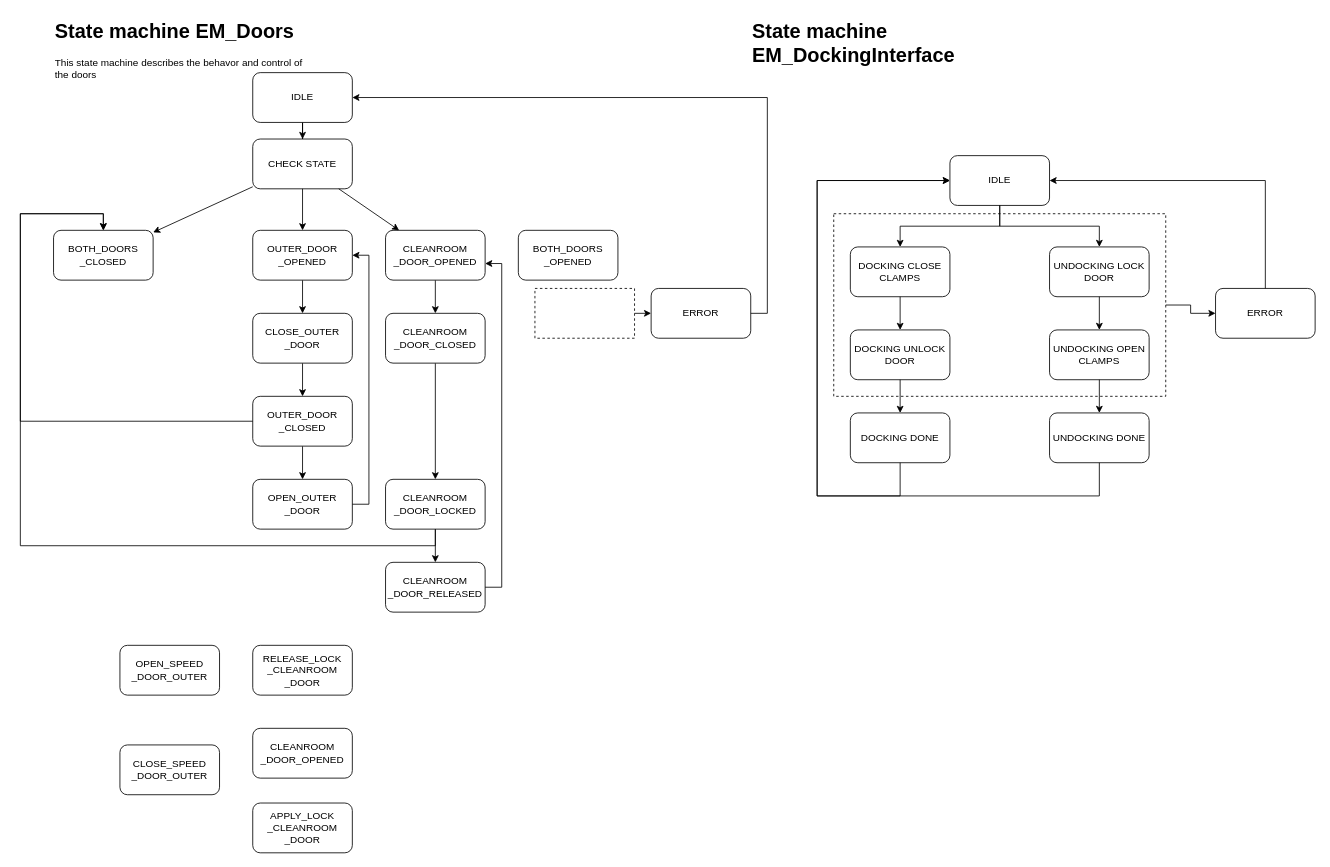
KMWE/KMWE_CleanroomConnect keeps this draw.io diagram as page "EM Door state machine" (2 of 3) of Documentation/StateMachine Air Lock.drawio. Above is the earlier version. Source tidied: cells renumbered, new cells numbered last; positions are measured from the earlier drawing's top-left corner, leaving out a move shared by most shapes. Both pictures are drawn from the tidied source at 83%, with x=0, y=0 at pixel (20, 14).
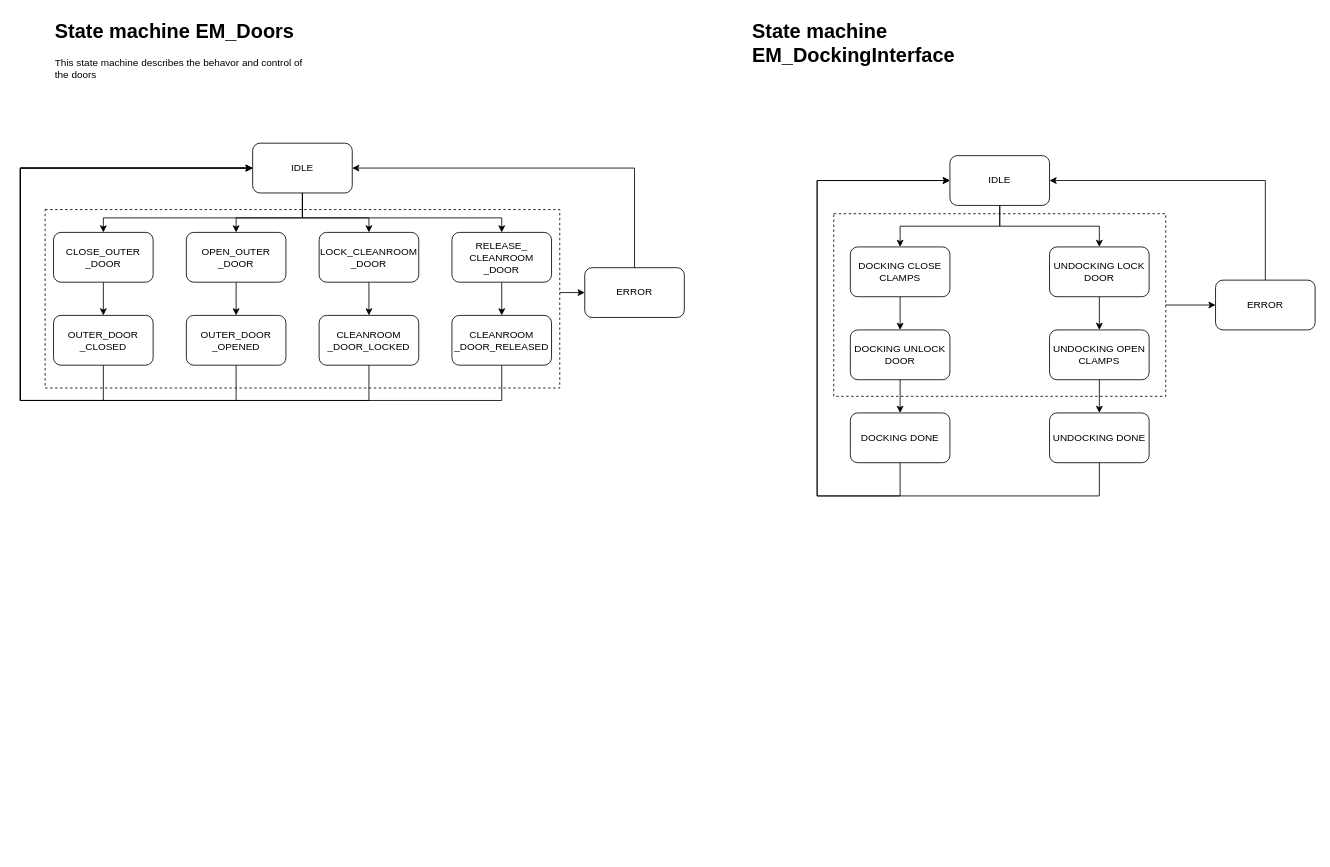
The same diagram, later.

What changed in the source:
```diff
@@
-    <mxCell id="2" value="CHECK STATE" style="rounded=1;whiteSpace=wrap;html=1;" parent="1" vertex="1">
-      <mxGeometry x="280" y="150" width="120" height="60" as="geometry" />
-    </mxCell>
+    <mxCell id="58" style="rounded=0;whiteSpace=wrap;html=1;fillColor=none;dashed=1;" parent="1" vertex="1">
+      <mxGeometry x="29.9" y="235" width="620" height="215" as="geometry" />
+    </mxCell>
@@
-    <mxCell id="4" value="OPEN_SPEED&lt;div&gt;_DOOR_OUTER&lt;/div&gt;" style="rounded=1;whiteSpace=wrap;html=1;" parent="1" vertex="1">
-      <mxGeometry x="120" y="760" width="120" height="60" as="geometry" />
-    </mxCell>
-    <mxCell id="5" value="CLOSE_SPEED&lt;div&gt;_DOOR_OUTER&lt;/div&gt;" style="rounded=1;whiteSpace=wrap;html=1;" parent="1" vertex="1">
-      <mxGeometry x="120" y="880" width="120" height="60" as="geometry" />
-    </mxCell>
-    <mxCell id="6" value="RELEASE_LOCK&lt;div&gt;_CLEANROOM&lt;/div&gt;&lt;div&gt;_DOOR&lt;/div&gt;" style="rounded=1;whiteSpace=wrap;html=1;" parent="1" vertex="1">
-      <mxGeometry x="280" y="760" width="120" height="60" as="geometry" />
-    </mxCell>
-    <mxCell id="7" value="APPLY_LOCK&lt;div&gt;_CLEANROOM&lt;/div&gt;&lt;div&gt;_DOOR&lt;/div&gt;" style="rounded=1;whiteSpace=wrap;html=1;" parent="1" vertex="1">
-      <mxGeometry x="280" y="950" width="120" height="60" as="geometry" />
-    </mxCell>
-    <mxCell id="8" value="&lt;div&gt;CLEANROOM&lt;/div&gt;&lt;div&gt;_DOOR_OPENED&lt;/div&gt;" style="rounded=1;whiteSpace=wrap;html=1;" parent="1" vertex="1">
-      <mxGeometry x="280" y="860" width="120" height="60" as="geometry" />
-    </mxCell>
@@
     <mxCell id="25" value="ERROR" style="rounded=1;whiteSpace=wrap;html=1;" parent="1" vertex="1">
-      <mxGeometry x="1440" y="330" width="120" height="60" as="geometry" />
+      <mxGeometry x="1440" y="320" width="120" height="60" as="geometry" />
     </mxCell>
@@
-    <mxCell id="29" value="BOTH_DOORS&lt;div&gt;_CLOSED&lt;/div&gt;" style="rounded=1;whiteSpace=wrap;html=1;" parent="1" vertex="1">
-      <mxGeometry x="40" y="260" width="120" height="60" as="geometry" />
-    </mxCell>
-    <mxCell id="30" style="edgeStyle=orthogonalEdgeStyle;rounded=0;jettySize=auto;html=1;" parent="1" edge="1" source="31" target="43">
-      <mxGeometry relative="1" as="geometry" />
-    </mxCell>
     <mxCell id="31" value="OUTER_DOOR&lt;div&gt;_OPENED&lt;/div&gt;" style="rounded=1;whiteSpace=wrap;html=1;" parent="1" vertex="1">
-      <mxGeometry x="280" y="260" width="120" height="60" as="geometry" />
+      <mxGeometry x="200" y="362.5" width="120" height="60" as="geometry" />
     </mxCell>
-    <mxCell id="32" style="edgeStyle=orthogonalEdgeStyle;rounded=0;jettySize=auto;html=1;" parent="1" edge="1" source="33" target="39">
-      <mxGeometry relative="1" as="geometry" />
-    </mxCell>
-    <mxCell id="33" value="CLEANROOM&lt;div&gt;_&lt;span style=&quot;background-color: initial;&quot;&gt;DOOR&lt;/span&gt;&lt;span style=&quot;background-color: initial;&quot;&gt;_OPENED&lt;/span&gt;&lt;/div&gt;" style="rounded=1;whiteSpace=wrap;html=1;" parent="1" vertex="1">
-      <mxGeometry x="440" y="260" width="120" height="60" as="geometry" />
-    </mxCell>
-    <mxCell id="34" style="endArrow=classic;html=1;rounded=0;" parent="1" edge="1" source="2" target="29">
-      <mxGeometry relative="1" as="geometry" />
-    </mxCell>
-    <mxCell id="35" style="endArrow=classic;html=1;rounded=0;" parent="1" edge="1" source="2" target="31">
-      <mxGeometry relative="1" as="geometry" />
-    </mxCell>
-    <mxCell id="36" style="endArrow=classic;html=1;rounded=0;" parent="1" edge="1" source="2" target="33">
-      <mxGeometry relative="1" as="geometry" />
-    </mxCell>
-    <mxCell id="37" value="&lt;div&gt;BOTH_&lt;span style=&quot;background-color: initial;&quot;&gt;DOORS&lt;/span&gt;&lt;/div&gt;&lt;div&gt;&lt;span style=&quot;background-color: initial;&quot;&gt;_OPENED&lt;/span&gt;&lt;/div&gt;" style="rounded=1;whiteSpace=wrap;html=1;" parent="1" vertex="1">
-      <mxGeometry x="600" y="260" width="120" height="60" as="geometry" />
-    </mxCell>
-    <mxCell id="38" style="edgeStyle=orthogonalEdgeStyle;rounded=0;jettySize=auto;html=1;" parent="1" edge="1" source="39" target="41">
-      <mxGeometry relative="1" as="geometry" />
-    </mxCell>
-    <mxCell id="39" value="&lt;div&gt;CLEANROOM&lt;/div&gt;&lt;div&gt;_DOOR_CLOSED&lt;/div&gt;" style="rounded=1;whiteSpace=wrap;html=1;" parent="1" vertex="1">
-      <mxGeometry x="440" y="360" width="120" height="60" as="geometry" />
-    </mxCell>
-    <mxCell id="40" style="edgeStyle=orthogonalEdgeStyle;rounded=0;jettySize=auto;html=1;" parent="1" edge="1" source="41" target="48">
-      <mxGeometry relative="1" as="geometry" />
-    </mxCell>
     <mxCell id="41" value="&lt;div&gt;CLEANROOM&lt;/div&gt;&lt;div&gt;_DOOR_LOCKED&lt;/div&gt;" style="rounded=1;whiteSpace=wrap;html=1;" parent="1" vertex="1">
-      <mxGeometry x="440" y="560" width="120" height="60" as="geometry" />
+      <mxGeometry x="360" y="362.5" width="120" height="60" as="geometry" />
     </mxCell>
@@
     <mxCell id="43" value="CLOSE_OUTER&lt;div&gt;_DOOR&lt;/div&gt;" style="rounded=1;whiteSpace=wrap;html=1;" parent="1" vertex="1">
-      <mxGeometry x="280" y="360" width="120" height="60" as="geometry" />
+      <mxGeometry x="40" y="262.5" width="120" height="60" as="geometry" />
     </mxCell>
-    <mxCell id="44" style="edgeStyle=orthogonalEdgeStyle;rounded=0;jettySize=auto;html=1;" parent="1" edge="1" source="45" target="46">
-      <mxGeometry relative="1" as="geometry" />
-    </mxCell>
     <mxCell id="45" value="OUTER_DOOR&lt;div&gt;_CLOSED&lt;/div&gt;" style="rounded=1;whiteSpace=wrap;html=1;" parent="1" vertex="1">
-      <mxGeometry x="280" y="460" width="120" height="60" as="geometry" />
+      <mxGeometry x="40" y="362.5" width="120" height="60" as="geometry" />
     </mxCell>
+    <mxCell id="47" style="edgeStyle=orthogonalEdgeStyle;rounded=0;jettySize=auto;html=1;" parent="1" edge="1" source="46" target="31">
+      <mxGeometry relative="1" as="geometry" />
+    </mxCell>
     <mxCell id="46" value="OPEN_OUTER&lt;div&gt;_DOOR&lt;/div&gt;" style="rounded=1;whiteSpace=wrap;html=1;" parent="1" vertex="1">
-      <mxGeometry x="280" y="560" width="120" height="60" as="geometry" />
+      <mxGeometry x="200" y="262.5" width="120" height="60" as="geometry" />
     </mxCell>
-    <mxCell id="47" style="endArrow=classic;html=1;rounded=0;edgeStyle=orthogonalEdgeStyle;" parent="1" edge="1" source="46" target="31">
-      <mxGeometry relative="1" as="geometry">
-        <Array as="points">
-          <mxPoint x="420" y="590" />
-          <mxPoint x="420" y="290" />
-        </Array>
-      </mxGeometry>
-    </mxCell>
     <mxCell id="48" value="&lt;div&gt;CLEANROOM&lt;/div&gt;&lt;div&gt;_DOOR_RELEASED&lt;/div&gt;" style="rounded=1;whiteSpace=wrap;html=1;" parent="1" vertex="1">
-      <mxGeometry x="440" y="660" width="120" height="60" as="geometry" />
+      <mxGeometry x="520" y="362.5" width="120" height="60" as="geometry" />
     </mxCell>
-    <mxCell id="49" style="endArrow=classic;html=1;rounded=0;edgeStyle=orthogonalEdgeStyle;" parent="1" edge="1" source="48" target="33">
-      <mxGeometry relative="1" as="geometry">
-        <Array as="points">
-          <mxPoint x="580" y="690" />
-          <mxPoint x="580" y="300" />
-        </Array>
-      </mxGeometry>
-    </mxCell>
-    <mxCell id="50" style="endArrow=classic;html=1;rounded=0;edgeStyle=orthogonalEdgeStyle;" parent="1" edge="1" source="41" target="29">
-      <mxGeometry relative="1" as="geometry">
-        <Array as="points">
-          <mxPoint x="500" y="640" />
-          <mxPoint y="640" />
-          <mxPoint y="240" />
-          <mxPoint x="100" y="240" />
-        </Array>
-      </mxGeometry>
-    </mxCell>
-    <mxCell id="51" style="endArrow=classic;html=1;rounded=0;edgeStyle=orthogonalEdgeStyle;" parent="1" edge="1" source="45" target="29">
-      <mxGeometry relative="1" as="geometry">
-        <Array as="points">
-          <mxPoint y="490" />
-          <mxPoint y="240" />
-          <mxPoint x="100" y="240" />
-        </Array>
-      </mxGeometry>
-    </mxCell>
-    <mxCell id="52" style="edgeStyle=orthogonalEdgeStyle;rounded=0;jettySize=auto;html=1;" parent="1" edge="1" source="53" target="2">
-      <mxGeometry relative="1" as="geometry" />
-    </mxCell>
     <mxCell id="53" value="IDLE" style="rounded=1;whiteSpace=wrap;html=1;" parent="1" vertex="1">
-      <mxGeometry x="280" y="70" width="120" height="60" as="geometry" />
+      <mxGeometry x="279.9" y="155" width="120" height="60" as="geometry" />
     </mxCell>
     <mxCell id="54" value="ERROR" style="rounded=1;whiteSpace=wrap;html=1;" parent="1" vertex="1">
-      <mxGeometry x="760" y="330" width="120" height="60" as="geometry" />
+      <mxGeometry x="680" y="305" width="120" height="60" as="geometry" />
     </mxCell>
     <mxCell id="55" style="endArrow=classic;html=1;rounded=0;edgeStyle=orthogonalEdgeStyle;" parent="1" edge="1" source="54" target="53">
       <mxGeometry relative="1" as="geometry">
         <Array as="points">
-          <mxPoint x="900" y="360" />
-          <mxPoint x="900" y="100" />
+          <mxPoint x="740" y="185" />
         </Array>
       </mxGeometry>
     </mxCell>
-    <mxCell id="56" style="endArrow=classic;html=1;rounded=0;edgeStyle=orthogonalEdgeStyle;" parent="1" edge="1" source="57" target="54">
-      <mxGeometry relative="1" as="geometry">
-        <Array as="points">
-          <mxPoint x="780" y="370" />
-          <mxPoint x="780" y="370" />
-        </Array>
-      </mxGeometry>
-    </mxCell>
-    <mxCell id="57" style="rounded=0;whiteSpace=wrap;html=1;fillColor=none;dashed=1;" parent="1" vertex="1">
-      <mxGeometry x="620" y="330" width="120" height="60" as="geometry" />
-    </mxCell>
+    <mxCell id="59" style="endArrow=classic;html=1;rounded=0;edgeStyle=orthogonalEdgeStyle;" parent="1" edge="1" source="58" target="54">
+      <mxGeometry relative="1" as="geometry">
+        <Array as="points">
+          <mxPoint x="659.9" y="335" />
+          <mxPoint x="659.9" y="335" />
+        </Array>
+      </mxGeometry>
+    </mxCell>
+    <mxCell id="60" style="edgeStyle=orthogonalEdgeStyle;rounded=0;jettySize=auto;html=1;" parent="1" edge="1" source="61" target="41">
+      <mxGeometry relative="1" as="geometry" />
+    </mxCell>
+    <mxCell id="61" value="&lt;div&gt;LOCK_CLEANROOM&lt;/div&gt;&lt;div&gt;_DOOR&lt;/div&gt;" style="rounded=1;whiteSpace=wrap;html=1;" parent="1" vertex="1">
+      <mxGeometry x="360" y="262.5" width="120" height="60" as="geometry" />
+    </mxCell>
+    <mxCell id="62" style="edgeStyle=orthogonalEdgeStyle;rounded=0;jettySize=auto;html=1;" parent="1" edge="1" source="63" target="48">
+      <mxGeometry relative="1" as="geometry" />
+    </mxCell>
+    <mxCell id="63" value="&lt;div&gt;RELEASE_&lt;/div&gt;&lt;div&gt;CLEANROOM&lt;/div&gt;&lt;div&gt;_DOOR&lt;/div&gt;" style="rounded=1;whiteSpace=wrap;html=1;" parent="1" vertex="1">
+      <mxGeometry x="520" y="262.5" width="120" height="60" as="geometry" />
+    </mxCell>
+    <mxCell id="64" style="endArrow=classic;html=1;rounded=0;edgeStyle=orthogonalEdgeStyle;" parent="1" edge="1" source="31" target="53">
+      <mxGeometry relative="1" as="geometry">
+        <Array as="points">
+          <mxPoint x="260" y="465" />
+          <mxPoint y="465" />
+          <mxPoint y="185" />
+        </Array>
+      </mxGeometry>
+    </mxCell>
+    <mxCell id="65" style="endArrow=classic;html=1;rounded=0;edgeStyle=orthogonalEdgeStyle;" parent="1" edge="1" source="45" target="53">
+      <mxGeometry relative="1" as="geometry">
+        <Array as="points">
+          <mxPoint x="100" y="465" />
+          <mxPoint y="465" />
+          <mxPoint y="185" />
+        </Array>
+      </mxGeometry>
+    </mxCell>
+    <mxCell id="66" style="endArrow=classic;html=1;rounded=0;edgeStyle=orthogonalEdgeStyle;" parent="1" edge="1" source="48" target="53">
+      <mxGeometry relative="1" as="geometry">
+        <Array as="points">
+          <mxPoint x="580" y="465" />
+          <mxPoint y="465" />
+          <mxPoint y="185" />
+        </Array>
+      </mxGeometry>
+    </mxCell>
+    <mxCell id="67" style="endArrow=classic;html=1;rounded=0;edgeStyle=orthogonalEdgeStyle;" parent="1" edge="1" source="41" target="53">
+      <mxGeometry relative="1" as="geometry">
+        <Array as="points">
+          <mxPoint x="420" y="465" />
+          <mxPoint y="465" />
+          <mxPoint y="185" />
+        </Array>
+      </mxGeometry>
+    </mxCell>
+    <mxCell id="68" style="endArrow=classic;html=1;rounded=0;edgeStyle=orthogonalEdgeStyle;" parent="1" edge="1" source="53" target="46">
+      <mxGeometry relative="1" as="geometry">
+        <Array as="points">
+          <mxPoint x="340" y="245" />
+          <mxPoint x="260" y="245" />
+        </Array>
+      </mxGeometry>
+    </mxCell>
+    <mxCell id="69" style="endArrow=classic;html=1;rounded=0;edgeStyle=orthogonalEdgeStyle;" parent="1" edge="1" source="53" target="43">
+      <mxGeometry relative="1" as="geometry">
+        <Array as="points">
+          <mxPoint x="340" y="245" />
+          <mxPoint x="100" y="245" />
+        </Array>
+      </mxGeometry>
+    </mxCell>
+    <mxCell id="70" style="endArrow=classic;html=1;rounded=0;edgeStyle=orthogonalEdgeStyle;" parent="1" edge="1" source="53" target="63">
+      <mxGeometry relative="1" as="geometry">
+        <Array as="points">
+          <mxPoint x="340" y="245" />
+          <mxPoint x="580" y="245" />
+        </Array>
+      </mxGeometry>
+    </mxCell>
+    <mxCell id="71" style="endArrow=classic;html=1;rounded=0;edgeStyle=orthogonalEdgeStyle;" parent="1" edge="1" source="53" target="61">
+      <mxGeometry relative="1" as="geometry">
+        <Array as="points">
+          <mxPoint x="340" y="245" />
+          <mxPoint x="420" y="245" />
+        </Array>
+      </mxGeometry>
+    </mxCell>
```
